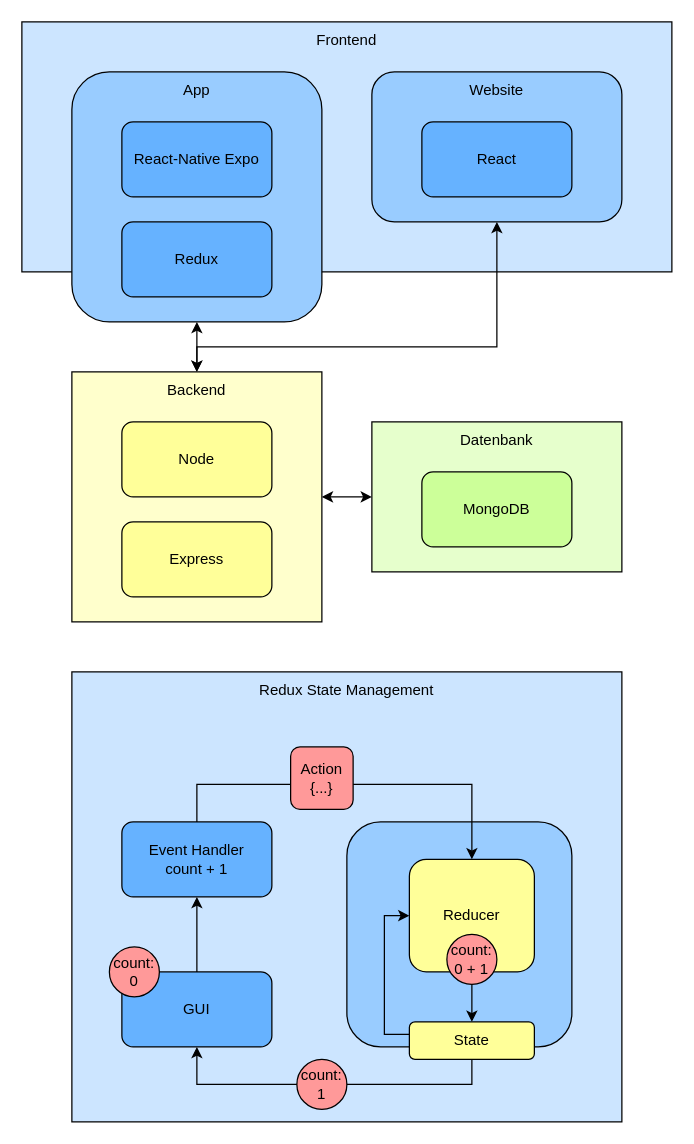
The draw.io diagram resources/softwarearchitektur.drawio in SimonFurtm/hiketours, before the edit. Source tidied: cells renumbered, new cells numbered last; positions are measured from the earlier drawing's top-left corner, leaving out a move shared by most shapes. Both pictures are drawn from the tidied source at 125%, with x=0, y=0 at pixel (21, 21).
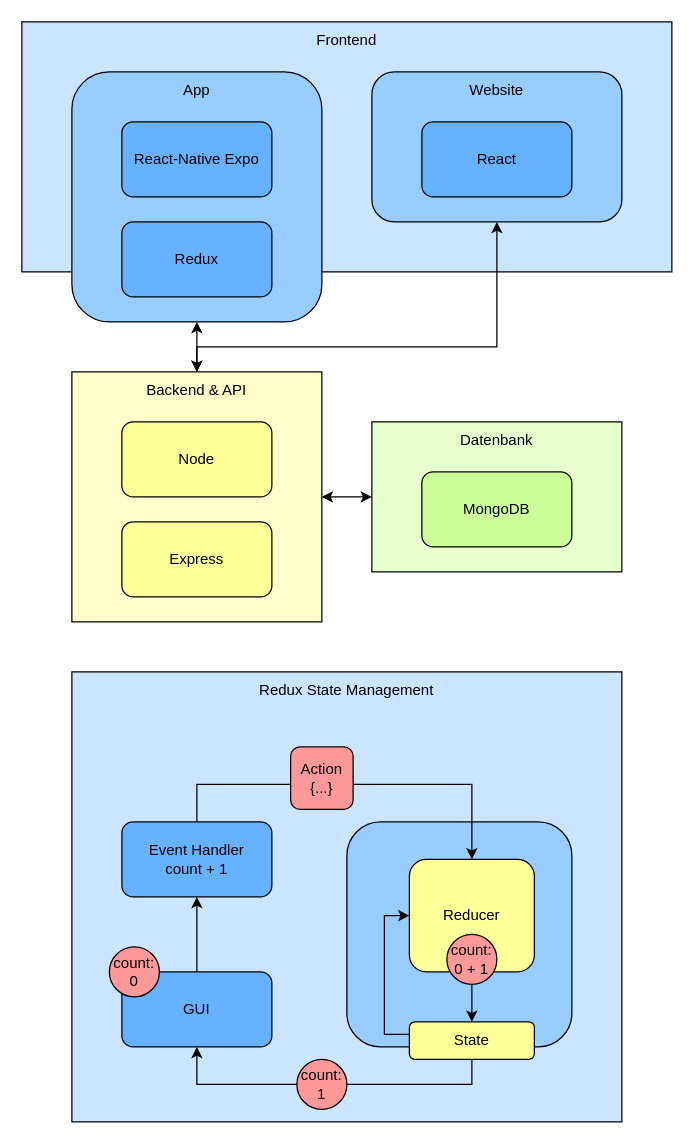
After the change.

Change to the diagram source:
```diff
@@
-    <mxCell id="16" value="Backend" style="text;html=1;strokeColor=none;fillColor=none;align=center;verticalAlign=middle;whiteSpace=wrap;rounded=0;" parent="1" vertex="1">
-      <mxGeometry x="110" y="280" width="60" height="30" as="geometry" />
+    <mxCell id="16" value="Backend &amp;amp; API" style="text;html=1;strokeColor=none;fillColor=none;align=center;verticalAlign=middle;whiteSpace=wrap;rounded=0;" parent="1" vertex="1">
+      <mxGeometry x="90" y="280" width="100" height="30" as="geometry" />
     </mxCell>
```
